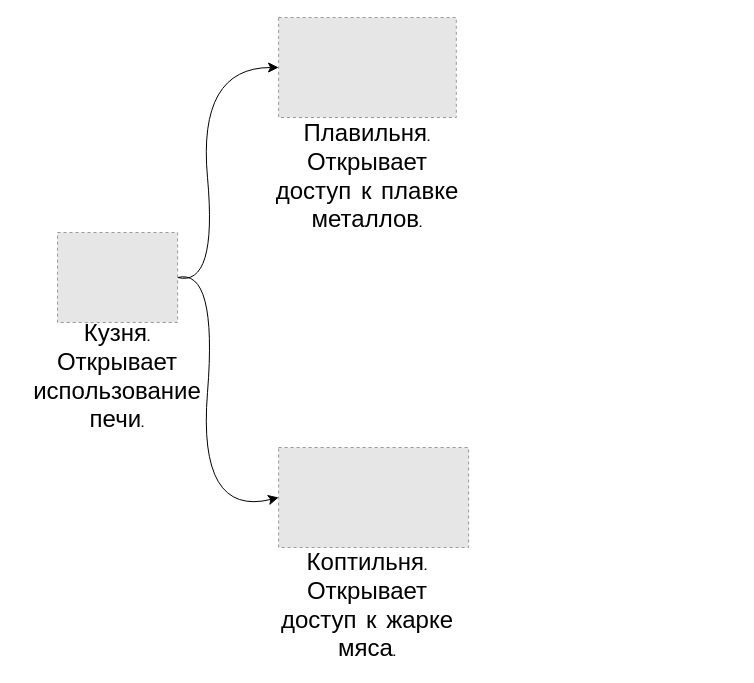
Above: TechnologicalTree.drawio in Alex-Degtyarenko/technological_tree (draw.io), before the change. Source tidied: cells renumbered, new cells numbered last; positions are measured from the earlier drawing's top-left corner, leaving out a move shared by most shapes. Both pictures are drawn from the tidied source at 100%, with x=0, y=0 at pixel (17, 17). Pictures stored in the file or linked from it are replaced by grey dashed boxes.
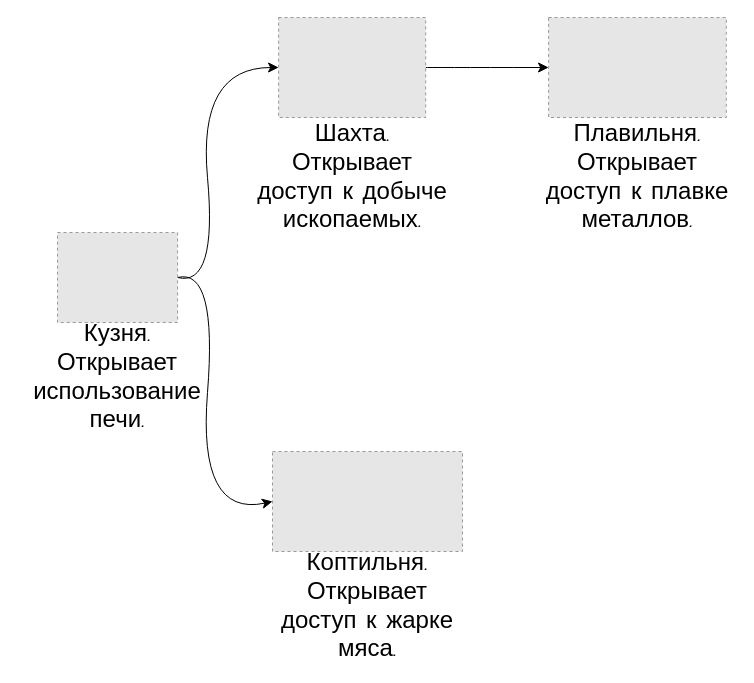
The same page after the edit.

What changed in the source:
```diff
@@
 <mxGraphModel>
   <root>
     <mxCell id="0" />
     <mxCell id="1" parent="0" />
     <mxCell id="2" style="edgeStyle=none;curved=1;rounded=0;jettySize=auto;html=1;exitX=1;exitY=0.5;exitDx=0;exitDy=0;entryX=0;entryY=0.5;entryDx=0;entryDy=0;fontSize=12;startSize=8;endSize=8;" parent="1" edge="1" source="4" target="6">
       <mxGeometry relative="1" as="geometry">
         <Array as="points">
           <mxPoint x="200" y="270" />
           <mxPoint x="180" y="50" />
         </Array>
       </mxGeometry>
     </mxCell>
     <mxCell id="3" style="edgeStyle=none;curved=1;rounded=0;jettySize=auto;html=1;exitX=1;exitY=0.5;exitDx=0;exitDy=0;entryX=0;entryY=0.5;entryDx=0;entryDy=0;fontSize=12;startSize=8;endSize=8;" parent="1" edge="1" source="4" target="8">
       <mxGeometry relative="1" as="geometry">
         <Array as="points">
           <mxPoint x="200" y="250" />
           <mxPoint x="180" y="500" />
         </Array>
       </mxGeometry>
     </mxCell>
     <mxCell id="4" style="fillColor=#E6E6E6;strokeColor=#999999;dashed=1;verticalLabelPosition=bottom;verticalAlign=top;fontSize=16;" parent="1" vertex="1">
       <mxGeometry x="40" y="215" width="120.1" height="90" as="geometry" />
     </mxCell>
     <mxCell id="5" value="Кузня.&lt;br style=&quot;font-size: 24px;&quot;&gt;Открывает использование печи." style="text;html=1;strokeColor=none;fillColor=none;align=center;verticalAlign=middle;whiteSpace=wrap;rounded=0;fontSize=24;fontFamily=Comic Sans MS;labelBackgroundColor=none;" parent="1" vertex="1">
       <mxGeometry y="305" width="200" height="110" as="geometry" />
     </mxCell>
+    <mxCell id="10" style="edgeStyle=none;curved=1;rounded=0;jettySize=auto;html=1;exitX=1;exitY=0.5;exitDx=0;exitDy=0;entryX=0;entryY=0.5;entryDx=0;entryDy=0;fontSize=12;startSize=8;endSize=8;" parent="1" edge="1" source="6" target="11">
+      <mxGeometry relative="1" as="geometry" />
+    </mxCell>
     <mxCell id="6" style="fillColor=#E6E6E6;strokeColor=#999999;dashed=1;verticalLabelPosition=bottom;verticalAlign=top;fontSize=16;" parent="1" vertex="1">
-      <mxGeometry x="261.1" width="177.7" height="100" as="geometry" />
+      <mxGeometry x="261.1" width="147.1" height="100" as="geometry" />
     </mxCell>
-    <mxCell id="7" value="Плавильня. Открывает доступ к плавке металлов." style="text;html=1;strokeColor=none;fillColor=none;align=center;verticalAlign=middle;whiteSpace=wrap;rounded=0;fontSize=24;fontFamily=Comic Sans MS;labelBackgroundColor=none;" parent="1" vertex="1">
-      <mxGeometry x="250" y="105" width="200" height="110" as="geometry" />
+    <mxCell id="7" value="Шахта. Открывает доступ к добыче ископаемых." style="text;html=1;strokeColor=none;fillColor=none;align=center;verticalAlign=middle;whiteSpace=wrap;rounded=0;fontSize=24;fontFamily=Comic Sans MS;labelBackgroundColor=none;" parent="1" vertex="1">
+      <mxGeometry x="234.7" y="105" width="200" height="110" as="geometry" />
     </mxCell>
     <mxCell id="8" style="fillColor=#E6E6E6;strokeColor=#999999;dashed=1;verticalLabelPosition=bottom;verticalAlign=top;fontSize=16;" parent="1" vertex="1">
-      <mxGeometry x="261.1" y="430" width="190" height="100" as="geometry" />
+      <mxGeometry x="255" y="434" width="190" height="100" as="geometry" />
     </mxCell>
     <mxCell id="9" value="Коптильня. Открывает доступ к жарке мяса." style="text;html=1;strokeColor=none;fillColor=none;align=center;verticalAlign=middle;whiteSpace=wrap;rounded=0;fontSize=24;fontFamily=Comic Sans MS;labelBackgroundColor=none;" parent="1" vertex="1">
       <mxGeometry x="250" y="534" width="200" height="110" as="geometry" />
     </mxCell>
+    <mxCell id="11" style="fillColor=#E6E6E6;strokeColor=#999999;dashed=1;verticalLabelPosition=bottom;verticalAlign=top;fontSize=16;" parent="1" vertex="1">
+      <mxGeometry x="531.1" width="177.7" height="100" as="geometry" />
+    </mxCell>
+    <mxCell id="12" value="Плавильня. Открывает доступ к плавке металлов." style="text;html=1;strokeColor=none;fillColor=none;align=center;verticalAlign=middle;whiteSpace=wrap;rounded=0;fontSize=24;fontFamily=Comic Sans MS;labelBackgroundColor=none;" parent="1" vertex="1">
+      <mxGeometry x="520" y="105" width="200" height="110" as="geometry" />
+    </mxCell>
   </root>
 </mxGraphModel>
```
